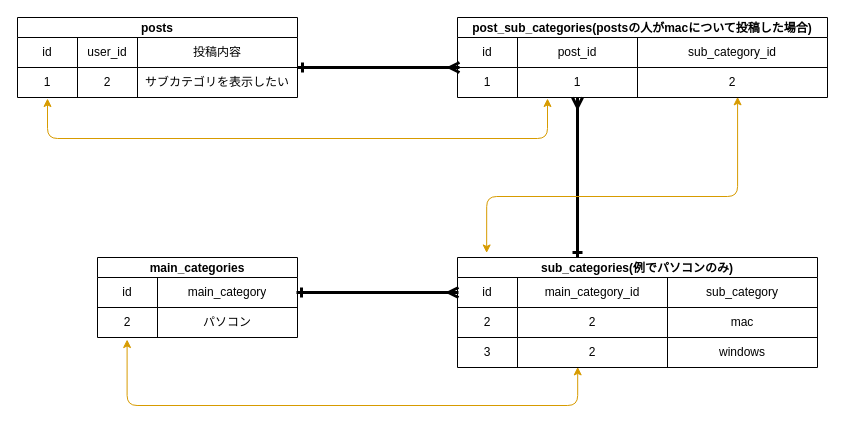
Earlier version of the draw.io diagram page "投稿一覧にサブカテゴリを表示したい" (2 of 3) of compass.dio (I-Kouta/compass). Source tidied: cells renumbered, new cells numbered last; positions are measured from the earlier drawing's top-left corner, leaving out a move shared by most shapes. Both pictures are drawn from the tidied source at 100%, with x=0, y=0 at pixel (17, 17).
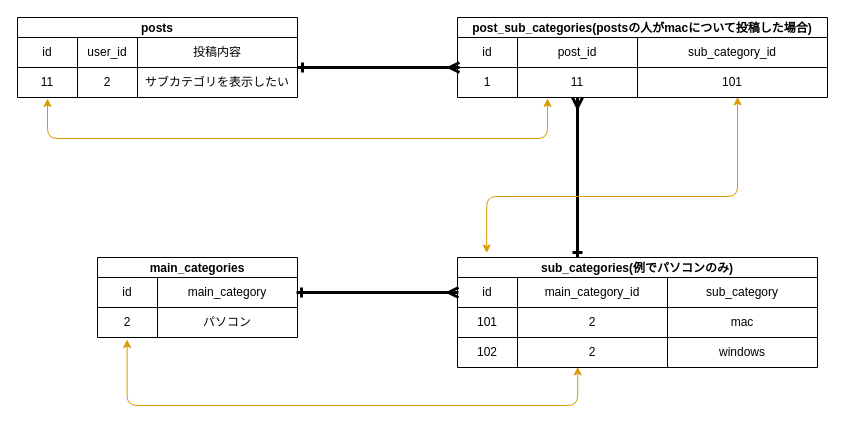
Above is the later version.

Commit message:
新しいER図作成します

Unchanged cells that the change refers to:
```xml
<mxCell id="7" style="shape=partialRectangle;html=1;whiteSpace=wrap;fillColor=none;top=0;left=0;bottom=0;right=0;" parent="2" vertex="1">
  <mxGeometry y="50" width="280" height="30" as="geometry" />
</mxCell>
<mxCell id="16" style="shape=partialRectangle;html=1;whiteSpace=wrap;fillColor=none;top=0;left=0;bottom=0;right=0;points=[[0,0.5],[1,0.5]];portConstraint=eastwest;" parent="11" vertex="1">
  <mxGeometry y="50" width="370" height="30" as="geometry" />
</mxCell>
<mxCell id="25" style="shape=partialRectangle;html=1;whiteSpace=wrap;fillColor=none;top=0;left=0;bottom=0;right=0;" parent="20" vertex="1">
  <mxGeometry y="50" width="360" height="30" as="geometry" />
</mxCell>
<mxCell id="29" style="shape=partialRectangle;html=1;whiteSpace=wrap;fillColor=none;top=0;left=0;bottom=0;right=0;" parent="20" vertex="1">
  <mxGeometry y="80" width="360" height="30" as="geometry" />
</mxCell>
```

Diff of the diagram source:
```diff
@@
-    <mxCell id="8" value="1" style="shape=partialRectangle;html=1;whiteSpace=wrap;fillColor=none;top=0;left=0;bottom=0;right=0;overflow=hidden;" parent="7" vertex="1">
+    <mxCell id="8" value="11" style="shape=partialRectangle;html=1;whiteSpace=wrap;fillColor=none;top=0;left=0;bottom=0;right=0;overflow=hidden;" parent="7" vertex="1">
       <mxGeometry width="60" height="30" as="geometry" />
     </mxCell>
@@
-    <mxCell id="18" value="1" style="shape=partialRectangle;html=1;whiteSpace=wrap;fillColor=none;top=0;left=0;bottom=0;right=0;overflow=hidden;" parent="16" vertex="1">
+    <mxCell id="18" value="11" style="shape=partialRectangle;html=1;whiteSpace=wrap;fillColor=none;top=0;left=0;bottom=0;right=0;overflow=hidden;" parent="16" vertex="1">
       <mxGeometry x="60" width="120" height="30" as="geometry" />
     </mxCell>
-    <mxCell id="19" value="2" style="shape=partialRectangle;html=1;whiteSpace=wrap;fillColor=none;top=0;left=0;bottom=0;right=0;overflow=hidden;" parent="16" vertex="1">
+    <mxCell id="19" value="101" style="shape=partialRectangle;html=1;whiteSpace=wrap;fillColor=none;top=0;left=0;bottom=0;right=0;overflow=hidden;" parent="16" vertex="1">
       <mxGeometry x="180" width="190" height="30" as="geometry" />
     </mxCell>
@@
-    <mxCell id="26" value="2" style="shape=partialRectangle;html=1;whiteSpace=wrap;fillColor=none;top=0;left=0;bottom=0;right=0;overflow=hidden;" parent="25" vertex="1">
+    <mxCell id="26" value="101" style="shape=partialRectangle;html=1;whiteSpace=wrap;fillColor=none;top=0;left=0;bottom=0;right=0;overflow=hidden;" parent="25" vertex="1">
       <mxGeometry width="60" height="30" as="geometry" />
     </mxCell>
@@
-    <mxCell id="30" value="3" style="shape=partialRectangle;html=1;whiteSpace=wrap;fillColor=none;top=0;left=0;bottom=0;right=0;overflow=hidden;" parent="29" vertex="1">
+    <mxCell id="30" value="102" style="shape=partialRectangle;html=1;whiteSpace=wrap;fillColor=none;top=0;left=0;bottom=0;right=0;overflow=hidden;" parent="29" vertex="1">
       <mxGeometry width="60" height="30" as="geometry" />
     </mxCell>
```
